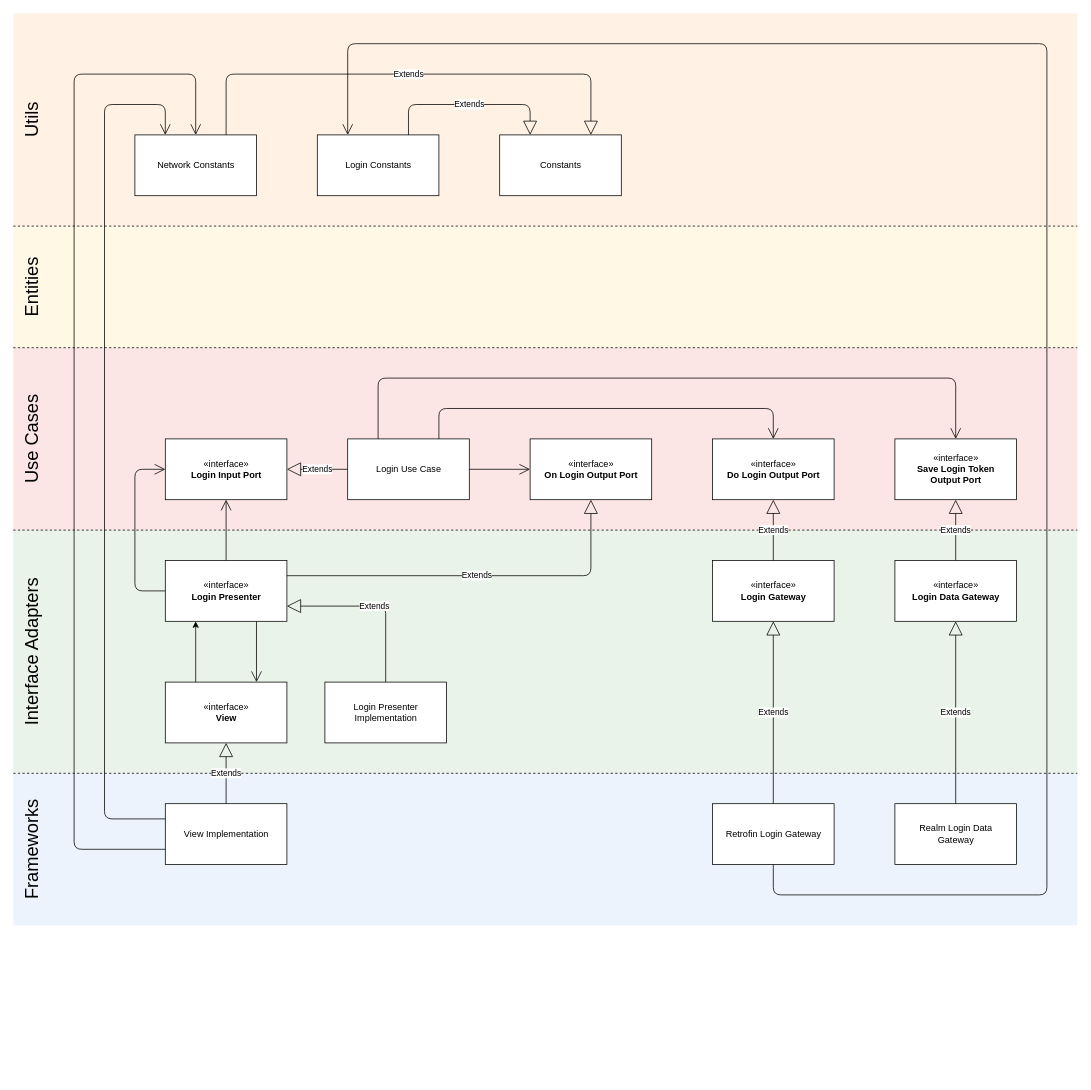
The draw.io diagram Assets/simple-login-use-case-with-utils-boundary-class-diagram.drawio in R4v3nPr0/mobile-architecture-proposal, before the edit. Source tidied: cells renumbered, new cells numbered last; positions are measured from the earlier drawing's top-left corner, leaving out a move shared by most shapes. Both pictures are drawn from the tidied source at 76%, with x=0, y=0 at pixel (-48, 13).
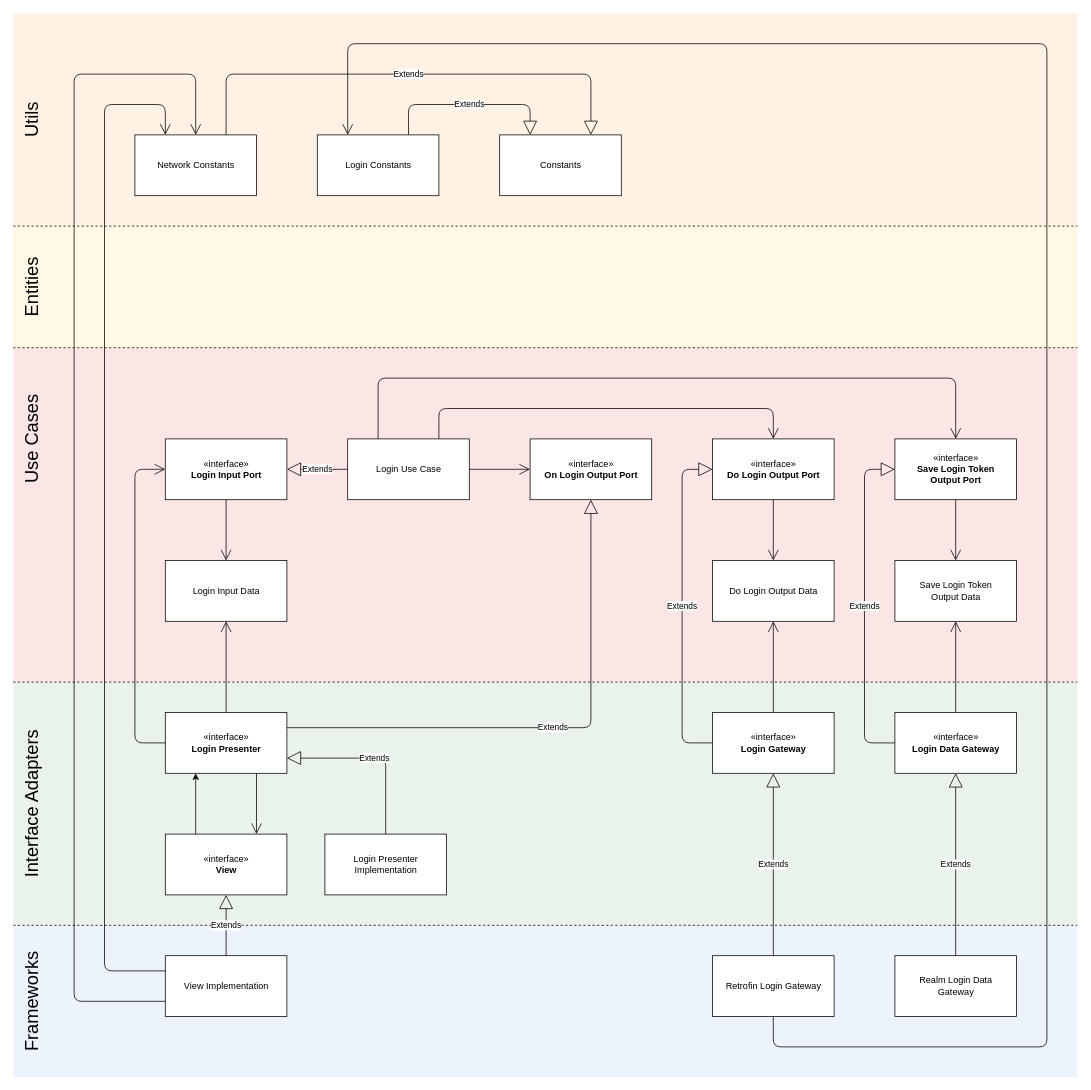
The same page after the edit.

Commit message (it also covers changes not shown here):
Adds more class diagrams and Architecture.docx drafting

Unchanged cells that the change refers to:
```xml
<mxCell id="12" value="«interface»&lt;br&gt;&lt;b&gt;Login Input Port&lt;/b&gt;" style="html=1;" parent="1" vertex="1">
  <mxGeometry x="280" y="560" width="160" height="80" as="geometry" />
</mxCell>
<mxCell id="14" value="«interface»&lt;br&gt;&lt;b&gt;Do Login Output Port&lt;/b&gt;" style="html=1;" parent="1" vertex="1">
  <mxGeometry x="1000" y="560" width="160" height="80" as="geometry" />
</mxCell>
<mxCell id="15" value="«interface»&lt;br&gt;&lt;b&gt;Save Login Token&lt;br&gt;Output Port&lt;br&gt;&lt;/b&gt;" style="html=1;" parent="1" vertex="1">
  <mxGeometry x="1240" y="560" width="160" height="80" as="geometry" />
</mxCell>
<mxCell id="17" value="«interface»&lt;br&gt;&lt;b&gt;On Login Output Port&lt;/b&gt;" style="html=1;" parent="1" vertex="1">
  <mxGeometry x="760" y="560" width="160" height="80" as="geometry" />
</mxCell>
<mxCell id="43" value="Network Constants" style="html=1;" parent="1" vertex="1">
  <mxGeometry x="240" y="160" width="160" height="80" as="geometry" />
</mxCell>
<mxCell id="45" value="Login Constants" style="html=1;" parent="1" vertex="1">
  <mxGeometry x="480" y="160" width="160" height="80" as="geometry" />
</mxCell>
```

What changed in the source:
```diff
@@
     <mxCell id="3" style="rounded=0;whiteSpace=wrap;html=1;opacity=50;fillColor=#dae8fc;strokeColor=none;" parent="1" vertex="1">
-      <mxGeometry x="80" y="1000" width="1400" height="200" as="geometry" />
+      <mxGeometry x="80" y="1200" width="1400" height="200" as="geometry" />
     </mxCell>
     <mxCell id="4" style="rounded=0;whiteSpace=wrap;html=1;opacity=50;fillColor=#d5e8d4;strokeColor=none;" parent="1" vertex="1">
-      <mxGeometry x="80" y="680" width="1400" height="320" as="geometry" />
+      <mxGeometry x="80" y="880" width="1400" height="320" as="geometry" />
     </mxCell>
     <mxCell id="5" style="rounded=0;whiteSpace=wrap;html=1;opacity=50;fillColor=#f8cecc;strokeColor=none;" parent="1" vertex="1">
-      <mxGeometry x="80" y="440" width="1400" height="240" as="geometry" />
+      <mxGeometry x="80" y="440" width="1400" height="440" as="geometry" />
     </mxCell>
@@
     <mxCell id="7" style="endArrow=none;dashed=1;html=1;" parent="1" edge="1">
       <mxGeometry relative="1" as="geometry">
-        <mxPoint x="80" y="1000" as="sourcePoint" />
-        <mxPoint x="1480" y="1000" as="targetPoint" />
+        <mxPoint x="80" y="1200" as="sourcePoint" />
+        <mxPoint x="1480" y="1200" as="targetPoint" />
       </mxGeometry>
     </mxCell>
     <mxCell id="8" style="endArrow=none;dashed=1;html=1;" parent="1" edge="1">
       <mxGeometry relative="1" as="geometry">
-        <mxPoint x="80" y="680" as="sourcePoint" />
-        <mxPoint x="1480" y="680" as="targetPoint" />
+        <mxPoint x="80" y="880" as="sourcePoint" />
+        <mxPoint x="1480" y="880" as="targetPoint" />
       </mxGeometry>
     </mxCell>
@@
     <mxCell id="16" value="«interface»&lt;br&gt;&lt;b&gt;Login Presenter&lt;/b&gt;" style="html=1;" parent="1" vertex="1">
-      <mxGeometry x="280" y="720" width="160" height="80" as="geometry" />
+      <mxGeometry x="280" y="920" width="160" height="80" as="geometry" />
     </mxCell>
@@
     <mxCell id="21" value="«interface»&lt;br&gt;&lt;b&gt;Login Gateway&lt;/b&gt;" style="html=1;" parent="1" vertex="1">
-      <mxGeometry x="1000" y="720" width="160" height="80" as="geometry" />
+      <mxGeometry x="1000" y="920" width="160" height="80" as="geometry" />
     </mxCell>
     <mxCell id="22" value="«interface»&lt;br&gt;&lt;b&gt;Login Data Gateway&lt;/b&gt;" style="html=1;" parent="1" vertex="1">
-      <mxGeometry x="1240" y="720" width="160" height="80" as="geometry" />
+      <mxGeometry x="1240" y="920" width="160" height="80" as="geometry" />
     </mxCell>
-    <mxCell id="23" style="endArrow=open;endFill=1;endSize=12;html=1;exitX=0.5;exitY=0;exitDx=0;exitDy=0;entryX=0.5;entryY=1;entryDx=0;entryDy=0;" parent="1" edge="1" source="16" target="12">
-      <mxGeometry relative="1" as="geometry" />
-    </mxCell>
     <mxCell id="24" value="«interface»&lt;br&gt;&lt;b&gt;View&lt;/b&gt;" style="html=1;" parent="1" vertex="1">
-      <mxGeometry x="280" y="880" width="160" height="80" as="geometry" />
+      <mxGeometry x="280" y="1080" width="160" height="80" as="geometry" />
     </mxCell>
     <mxCell id="25" value="Login Presenter&lt;br&gt;Implementation" style="html=1;" parent="1" vertex="1">
-      <mxGeometry x="490" y="880" width="160" height="80" as="geometry" />
+      <mxGeometry x="490" y="1080" width="160" height="80" as="geometry" />
     </mxCell>
     <mxCell id="26" value="View Implementation" style="html=1;" parent="1" vertex="1">
-      <mxGeometry x="280" y="1040" width="160" height="80" as="geometry" />
+      <mxGeometry x="280" y="1240" width="160" height="80" as="geometry" />
     </mxCell>
@@
     <mxCell id="28" value="Retrofin Login&amp;nbsp;Gateway" style="html=1;" parent="1" vertex="1">
-      <mxGeometry x="1000" y="1040" width="160" height="80" as="geometry" />
+      <mxGeometry x="1000" y="1240" width="160" height="80" as="geometry" />
     </mxCell>
@@
     <mxCell id="30" value="Realm Login Data&lt;br&gt;Gateway" style="html=1;" parent="1" vertex="1">
-      <mxGeometry x="1240" y="1040" width="160" height="80" as="geometry" />
+      <mxGeometry x="1240" y="1240" width="160" height="80" as="geometry" />
     </mxCell>
@@
     <mxCell id="32" value="&lt;font style=&quot;font-size: 24px&quot;&gt;Interface Adapters&lt;/font&gt;" style="text;html=1;strokeColor=none;fillColor=none;align=center;verticalAlign=middle;whiteSpace=wrap;rounded=0;rotation=-90;" parent="1" vertex="1">
-      <mxGeometry y="830" width="210" height="20" as="geometry" />
+      <mxGeometry y="1030" width="210" height="20" as="geometry" />
     </mxCell>
@@
     <mxCell id="34" value="&lt;font style=&quot;font-size: 24px&quot;&gt;Frameworks&lt;/font&gt;" style="text;html=1;strokeColor=none;fillColor=none;align=center;verticalAlign=middle;whiteSpace=wrap;rounded=0;rotation=-90;" parent="1" vertex="1">
-      <mxGeometry x="30" y="1090" width="150" height="20" as="geometry" />
+      <mxGeometry x="30" y="1290" width="150" height="20" as="geometry" />
     </mxCell>
@@
     <mxCell id="37" value="Extends" style="endArrow=block;endSize=16;endFill=0;html=1;exitX=0.5;exitY=0;exitDx=0;exitDy=0;entryX=1;entryY=0.75;entryDx=0;entryDy=0;" parent="1" edge="1" source="25" target="16">
       <mxGeometry relative="1" as="geometry">
         <Array as="points">
-          <mxPoint x="570" y="780" />
+          <mxPoint x="570" y="980" />
         </Array>
       </mxGeometry>
     </mxCell>
     <mxCell id="38" value="Extends" style="endArrow=block;endSize=16;endFill=0;html=1;exitX=1;exitY=0.25;exitDx=0;exitDy=0;entryX=0.5;entryY=1;entryDx=0;entryDy=0;" parent="1" edge="1" source="16" target="17">
       <mxGeometry relative="1" as="geometry">
         <Array as="points">
-          <mxPoint x="840" y="740" />
+          <mxPoint x="840" y="940" />
         </Array>
       </mxGeometry>
     </mxCell>
     <mxCell id="39" style="endArrow=open;endFill=1;endSize=12;html=1;exitX=0;exitY=0.5;exitDx=0;exitDy=0;entryX=0;entryY=0.5;entryDx=0;entryDy=0;" parent="1" edge="1" source="16" target="12">
       <mxGeometry relative="1" as="geometry">
         <Array as="points">
-          <mxPoint x="240" y="760" />
+          <mxPoint x="240" y="960" />
           <mxPoint x="240" y="600" />
         </Array>
       </mxGeometry>
     </mxCell>
-    <mxCell id="40" value="Extends" style="endArrow=block;endSize=16;endFill=0;html=1;entryX=0.5;entryY=1;entryDx=0;entryDy=0;exitX=0.5;exitY=0;exitDx=0;exitDy=0;" parent="1" edge="1" source="21" target="14">
-      <mxGeometry relative="1" as="geometry" />
+    <mxCell id="40" value="Extends" style="endArrow=block;endSize=16;endFill=0;html=1;entryX=0;entryY=0.5;entryDx=0;entryDy=0;exitX=0;exitY=0.5;exitDx=0;exitDy=0;" parent="1" edge="1" source="21" target="14">
+      <mxGeometry relative="1" as="geometry">
+        <Array as="points">
+          <mxPoint x="960" y="960" />
+          <mxPoint x="960" y="600" />
+        </Array>
+      </mxGeometry>
     </mxCell>
-    <mxCell id="41" value="Extends" style="endArrow=block;endSize=16;endFill=0;html=1;entryX=0.5;entryY=1;entryDx=0;entryDy=0;exitX=0.5;exitY=0;exitDx=0;exitDy=0;" parent="1" edge="1" source="22" target="15">
-      <mxGeometry relative="1" as="geometry" />
+    <mxCell id="41" value="Extends" style="endArrow=block;endSize=16;endFill=0;html=1;entryX=0;entryY=0.5;entryDx=0;entryDy=0;exitX=0;exitY=0.5;exitDx=0;exitDy=0;" parent="1" edge="1" source="22" target="15">
+      <mxGeometry relative="1" as="geometry">
+        <Array as="points">
+          <mxPoint x="1200" y="960" />
+          <mxPoint x="1200" y="600" />
+        </Array>
+      </mxGeometry>
     </mxCell>
@@
     <mxCell id="48" style="endArrow=open;endFill=1;endSize=12;html=1;exitX=0;exitY=0.25;exitDx=0;exitDy=0;entryX=0.25;entryY=0;entryDx=0;entryDy=0;" parent="1" edge="1" source="26" target="43">
       <mxGeometry relative="1" as="geometry">
         <Array as="points">
-          <mxPoint x="200" y="1060" />
+          <mxPoint x="200" y="1260" />
           <mxPoint x="200" y="120" />
           <mxPoint x="280" y="120" />
         </Array>
       </mxGeometry>
     </mxCell>
     <mxCell id="49" style="endArrow=open;endFill=1;endSize=12;html=1;exitX=0;exitY=0.75;exitDx=0;exitDy=0;entryX=0.5;entryY=0;entryDx=0;entryDy=0;" parent="1" edge="1" source="26" target="43">
       <mxGeometry relative="1" as="geometry">
         <Array as="points">
-          <mxPoint x="160" y="1100" />
+          <mxPoint x="160" y="1300" />
           <mxPoint x="160" y="80" />
           <mxPoint x="320" y="80" />
         </Array>
       </mxGeometry>
     </mxCell>
     <mxCell id="50" style="endArrow=open;endFill=1;endSize=12;html=1;exitX=0.5;exitY=1;exitDx=0;exitDy=0;entryX=0.25;entryY=0;entryDx=0;entryDy=0;" parent="1" edge="1" source="28" target="45">
       <mxGeometry relative="1" as="geometry">
         <Array as="points">
-          <mxPoint x="1080" y="1160" />
-          <mxPoint x="1440" y="1160" />
+          <mxPoint x="1080" y="1360" />
+          <mxPoint x="1440" y="1360" />
           <mxPoint x="1440" y="40" />
           <mxPoint x="520" y="40" />
         </Array>
       </mxGeometry>
     </mxCell>
@@
+    <mxCell id="52" value="Login Input Data" style="html=1;" parent="1" vertex="1">
+      <mxGeometry x="280" y="720" width="160" height="80" as="geometry" />
+    </mxCell>
+    <mxCell id="53" style="endArrow=open;endFill=1;endSize=12;html=1;exitX=0.5;exitY=1;exitDx=0;exitDy=0;entryX=0.5;entryY=0;entryDx=0;entryDy=0;" parent="1" edge="1" source="12" target="52">
+      <mxGeometry relative="1" as="geometry" />
+    </mxCell>
+    <mxCell id="54" style="endArrow=open;endFill=1;endSize=12;html=1;exitX=0.5;exitY=0;exitDx=0;exitDy=0;entryX=0.5;entryY=1;entryDx=0;entryDy=0;" parent="1" edge="1" source="16" target="52">
+      <mxGeometry relative="1" as="geometry" />
+    </mxCell>
+    <mxCell id="55" value="Do Login Output Data" style="html=1;" parent="1" vertex="1">
+      <mxGeometry x="1000" y="720" width="160" height="80" as="geometry" />
+    </mxCell>
+    <mxCell id="56" style="endArrow=open;endFill=1;endSize=12;html=1;exitX=0.5;exitY=1;exitDx=0;exitDy=0;entryX=0.5;entryY=0;entryDx=0;entryDy=0;" parent="1" edge="1" source="14" target="55">
+      <mxGeometry relative="1" as="geometry" />
+    </mxCell>
+    <mxCell id="57" style="endArrow=open;endFill=1;endSize=12;html=1;exitX=0.5;exitY=0;exitDx=0;exitDy=0;entryX=0.5;entryY=1;entryDx=0;entryDy=0;" parent="1" edge="1" source="21" target="55">
+      <mxGeometry relative="1" as="geometry" />
+    </mxCell>
+    <mxCell id="58" value="Save Login Token&lt;br&gt;Output Data" style="html=1;" parent="1" vertex="1">
+      <mxGeometry x="1240" y="720" width="160" height="80" as="geometry" />
+    </mxCell>
+    <mxCell id="59" style="endArrow=open;endFill=1;endSize=12;html=1;exitX=0.5;exitY=1;exitDx=0;exitDy=0;entryX=0.5;entryY=0;entryDx=0;entryDy=0;" parent="1" edge="1" source="15" target="58">
+      <mxGeometry relative="1" as="geometry" />
+    </mxCell>
+    <mxCell id="60" style="endArrow=open;endFill=1;endSize=12;html=1;exitX=0.5;exitY=0;exitDx=0;exitDy=0;entryX=0.5;entryY=1;entryDx=0;entryDy=0;" parent="1" edge="1" source="22" target="58">
+      <mxGeometry relative="1" as="geometry" />
+    </mxCell>
```
